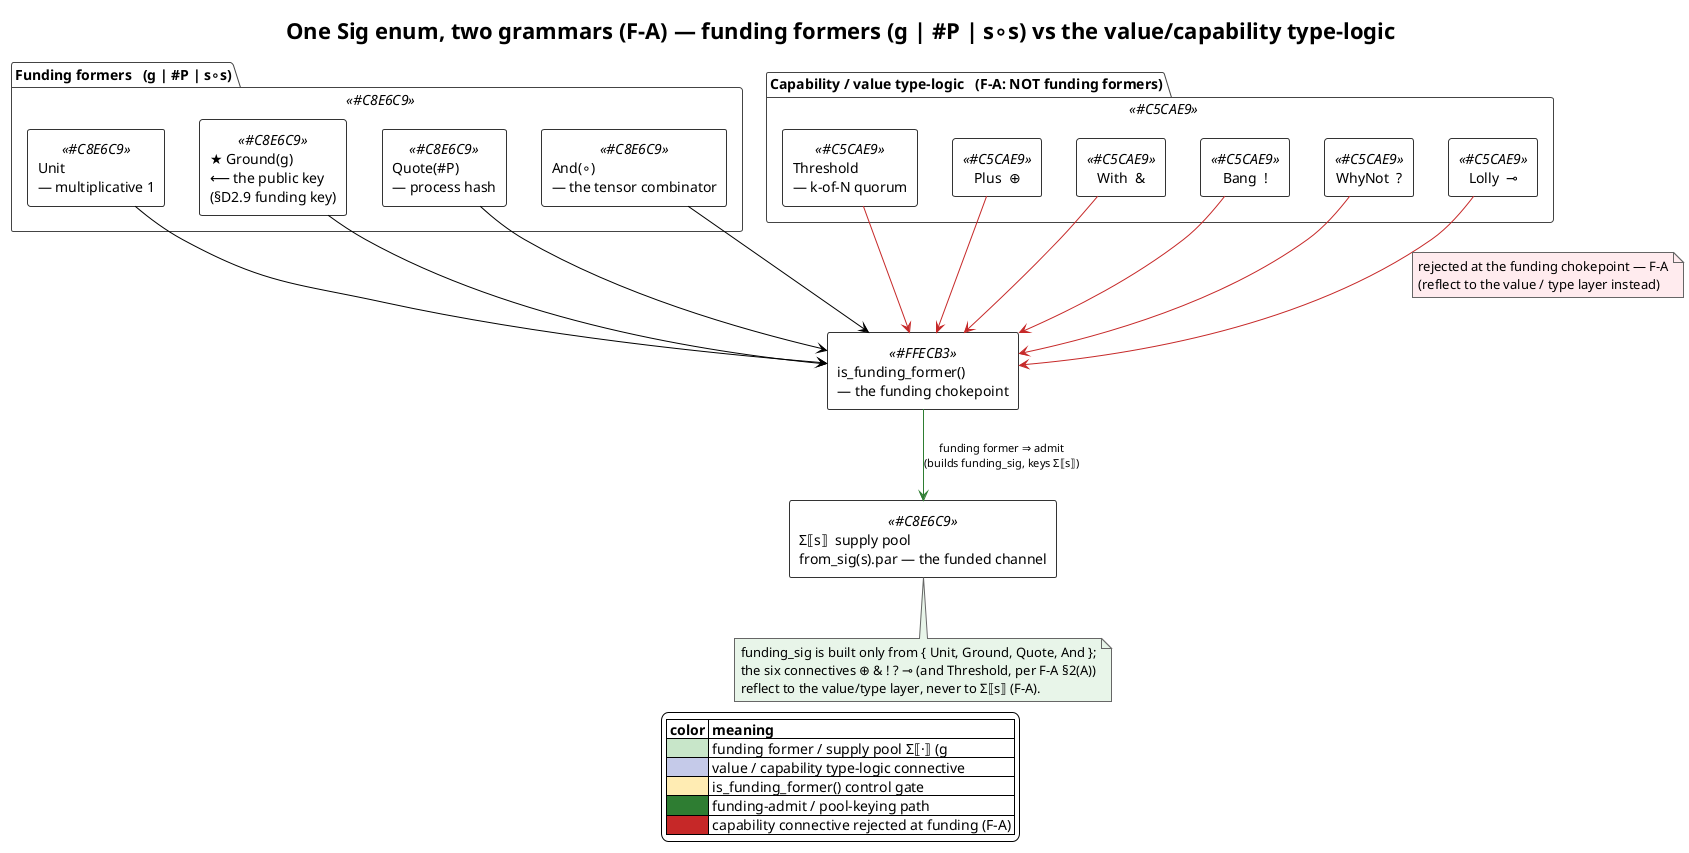
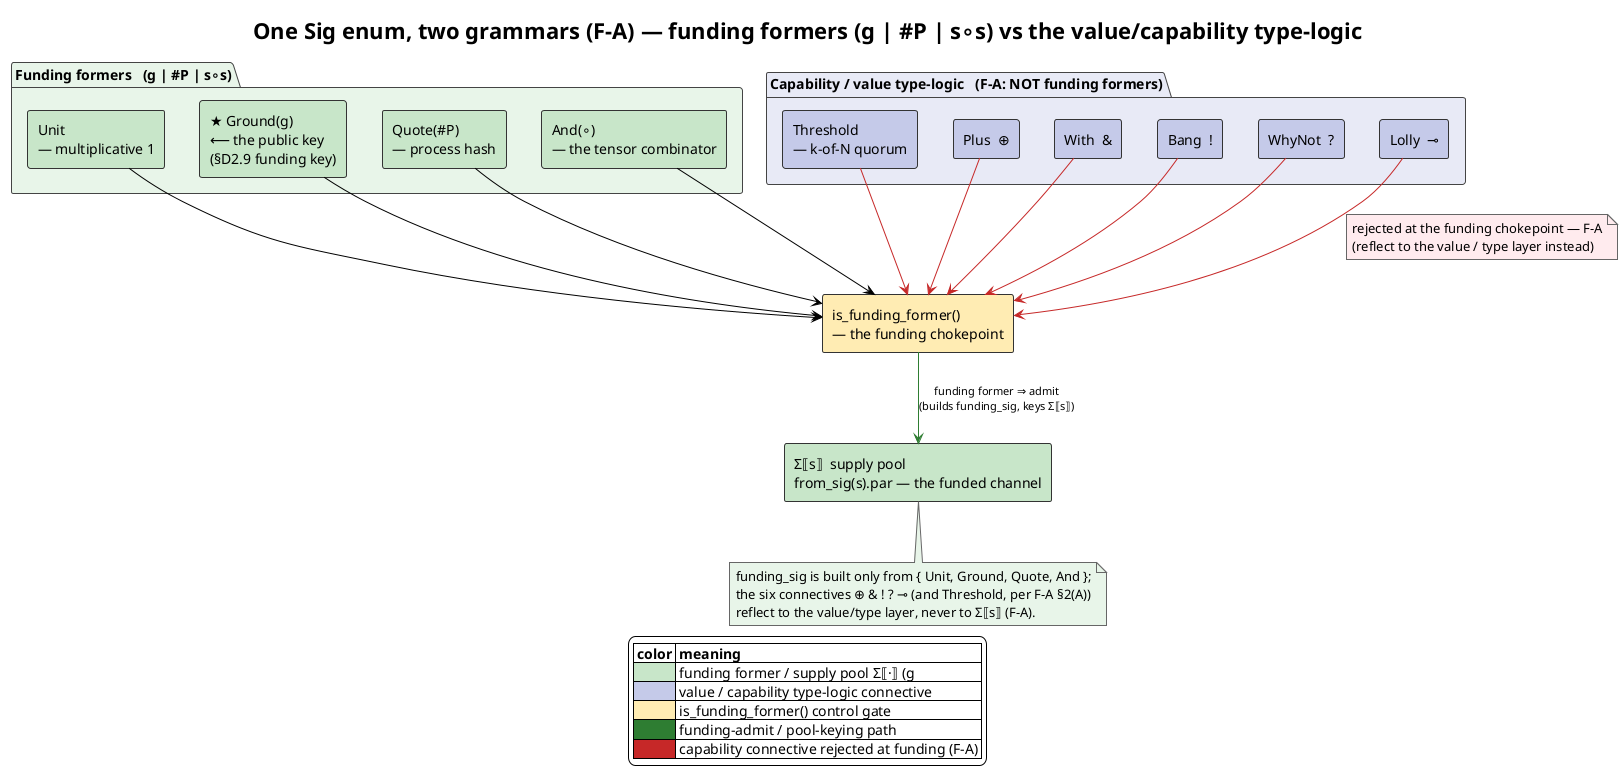
' The ONE Sig enum bisected (F-A) — the funding-signature formers (g | #P | s∘s:
' Unit, Ground, Quote, And) versus the value/capability type-logic connectives
' (Threshold, Plus ⊕, With &, Bang !, WhyNot ?, Lolly ⊸). The funding former
' Ground(pk) is the §D2.9 funding key. is_funding_former() is the chokepoint:
' funding formers flow to the supply pool Σ⟦s⟧; the six connectives are rejected
' there and reflect to the value/type layer.
'
' Source of truth: docs/theory/cost-accounting-impl/w1-surface-syntax-native-integration.md
'                  (F-A; mod.rs Sig @1390, is_funding_former @1846).
' Palette:  funding formers=mint #C8E6C9 · capability/value type-logic=indigo #C5CAE9
'           is_funding_former() gate=amber #FFECB3 · supply pool Σ⟦s⟧=mint #C8E6C9
'   arrows: funding/credit path=green #2E7D32 · capability reject=red #C62828
' Render:  plantuml -tsvg docs/theory/diagrams/sig-funding-vs-capability.puml

@startuml sig-funding-vs-capability
!theme plain
skinparam defaultFontName "sans-serif"
skinparam componentStyle rectangle
skinparam shadowing false
skinparam ArrowFontSize 11
skinparam package {
  BorderColor #444444
}
skinparam component {
  BorderColor #333333
}
skinparam NoteBackgroundColor #FFF8E1
skinparam NoteBorderColor     #666666
title One Sig enum, two grammars (F-A) — funding formers (g | #P | s∘s) vs the value/capability type-logic

- package "Funding formers   (g | #P | s∘s)" <<#C8E6C9>> {
-   component "Unit\n— multiplicative 1" <<#C8E6C9>> as F_UNIT
-   component "★ Ground(g)\n⟵ the public key\n(§D2.9 funding key)" <<#C8E6C9>> as F_GROUND
-   component "Quote(#P)\n— process hash" <<#C8E6C9>> as F_QUOTE
-   component "And(∘)\n— the tensor combinator" <<#C8E6C9>> as F_AND
+ package "Funding formers   (g | #P | s∘s)" #E8F5E9 {
+   component "Unit\n— multiplicative 1" as F_UNIT #C8E6C9
+   component "★ Ground(g)\n⟵ the public key\n(§D2.9 funding key)" as F_GROUND #C8E6C9
+   component "Quote(#P)\n— process hash" as F_QUOTE #C8E6C9
+   component "And(∘)\n— the tensor combinator" as F_AND #C8E6C9
}

- package "Capability / value type-logic   (F-A: NOT funding formers)" <<#C5CAE9>> {
-   component "Threshold\n— k-of-N quorum" <<#C5CAE9>> as C_THRESH
-   component "Plus  ⊕" <<#C5CAE9>> as C_PLUS
-   component "With  &" <<#C5CAE9>> as C_WITH
-   component "Bang  !" <<#C5CAE9>> as C_BANG
-   component "WhyNot  ?" <<#C5CAE9>> as C_WHYNOT
-   component "Lolly  ⊸" <<#C5CAE9>> as C_LOLLY
+ package "Capability / value type-logic   (F-A: NOT funding formers)" #E8EAF6 {
+   component "Threshold\n— k-of-N quorum" as C_THRESH #C5CAE9
+   component "Plus  ⊕" as C_PLUS #C5CAE9
+   component "With  &" as C_WITH #C5CAE9
+   component "Bang  !" as C_BANG #C5CAE9
+   component "WhyNot  ?" as C_WHYNOT #C5CAE9
+   component "Lolly  ⊸" as C_LOLLY #C5CAE9
}

- component "is_funding_former()\n— the funding chokepoint" <<#FFECB3>> as GATE
- component "Σ⟦s⟧  supply pool\nfrom_sig(s).par — the funded channel" <<#C8E6C9>> as POOL
+ component "is_funding_former()\n— the funding chokepoint" as GATE #FFECB3
+ component "Σ⟦s⟧  supply pool\nfrom_sig(s).par — the funded channel" as POOL #C8E6C9

' Funding formers pass the gate and key the supply pool.
F_UNIT   --> GATE
F_GROUND --> GATE
F_QUOTE  --> GATE
F_AND    --> GATE
GATE -[#2E7D32]-> POOL : funding former ⇒ admit\n(builds funding_sig, keys Σ⟦s⟧)

' Capability connectives are rejected at the funding chokepoint (F-A).
C_THRESH -[#C62828]-> GATE
C_PLUS   -[#C62828]-> GATE
C_WITH   -[#C62828]-> GATE
C_BANG   -[#C62828]-> GATE
C_WHYNOT -[#C62828]-> GATE
C_LOLLY  -[#C62828]-> GATE
note on link #FFEBEE
  rejected at the funding chokepoint — F-A
  (reflect to the value / type layer instead)
end note

note bottom of POOL #E8F5E9
  funding_sig is built only from { Unit, Ground, Quote, And };
  the six connectives ⊕ & ! ? ⊸ (and Threshold, per F-A §2(A))
  reflect to the value/type layer, never to Σ⟦s⟧ (F-A).
end note

legend bottom
  |= color |= meaning |
  |<#C8E6C9>| funding former / supply pool Σ⟦·⟧ (g | #P | s∘s) |
  |<#C5CAE9>| value / capability type-logic connective |
  |<#FFECB3>| is_funding_former() control gate |
  |<#2E7D32>| funding-admit / pool-keying path |
  |<#C62828>| capability connective rejected at funding (F-A) |
endlegend

@enduml
